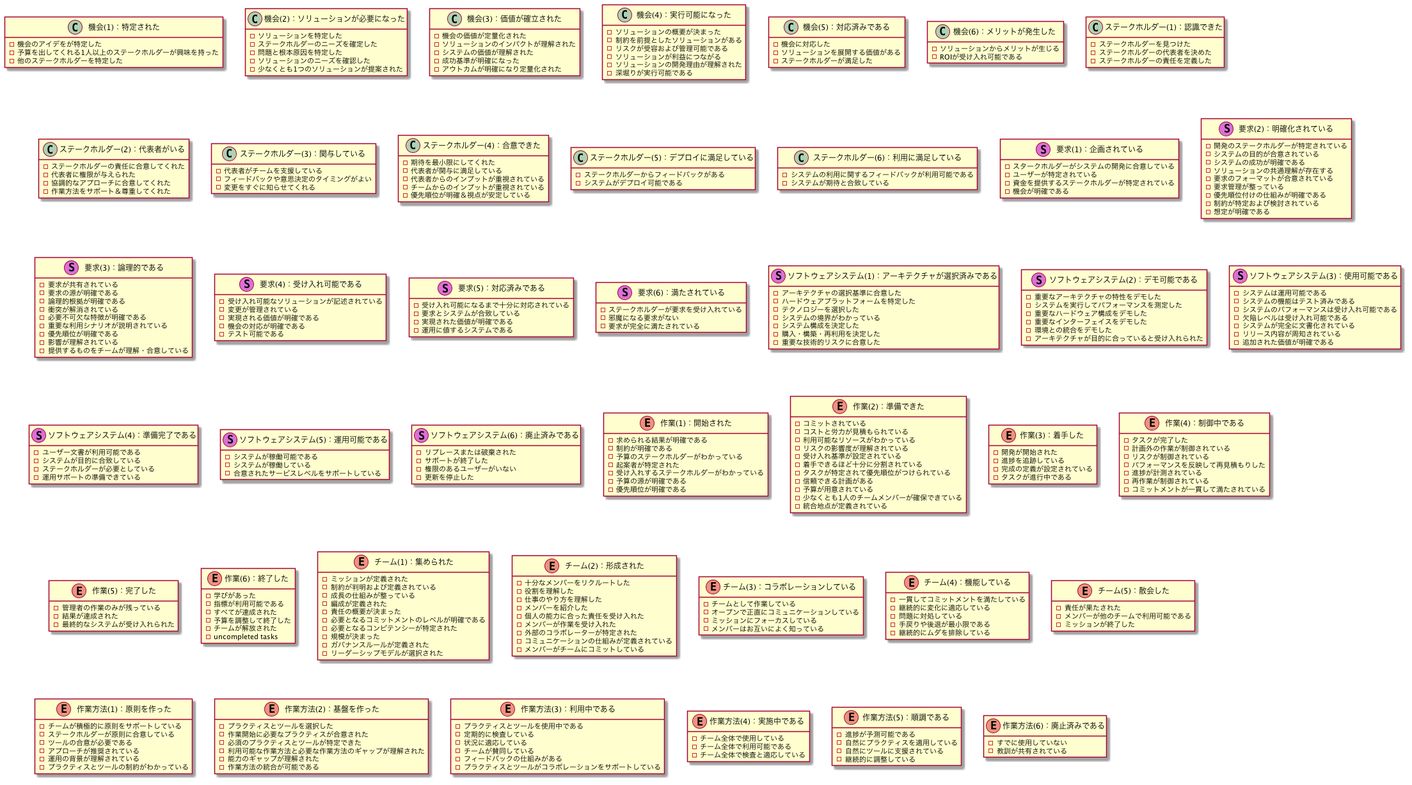
kdmsnr/essence-alpha-state-cards-ja keeps this PlantUML diagram as cards.png. Above is the earlier version.
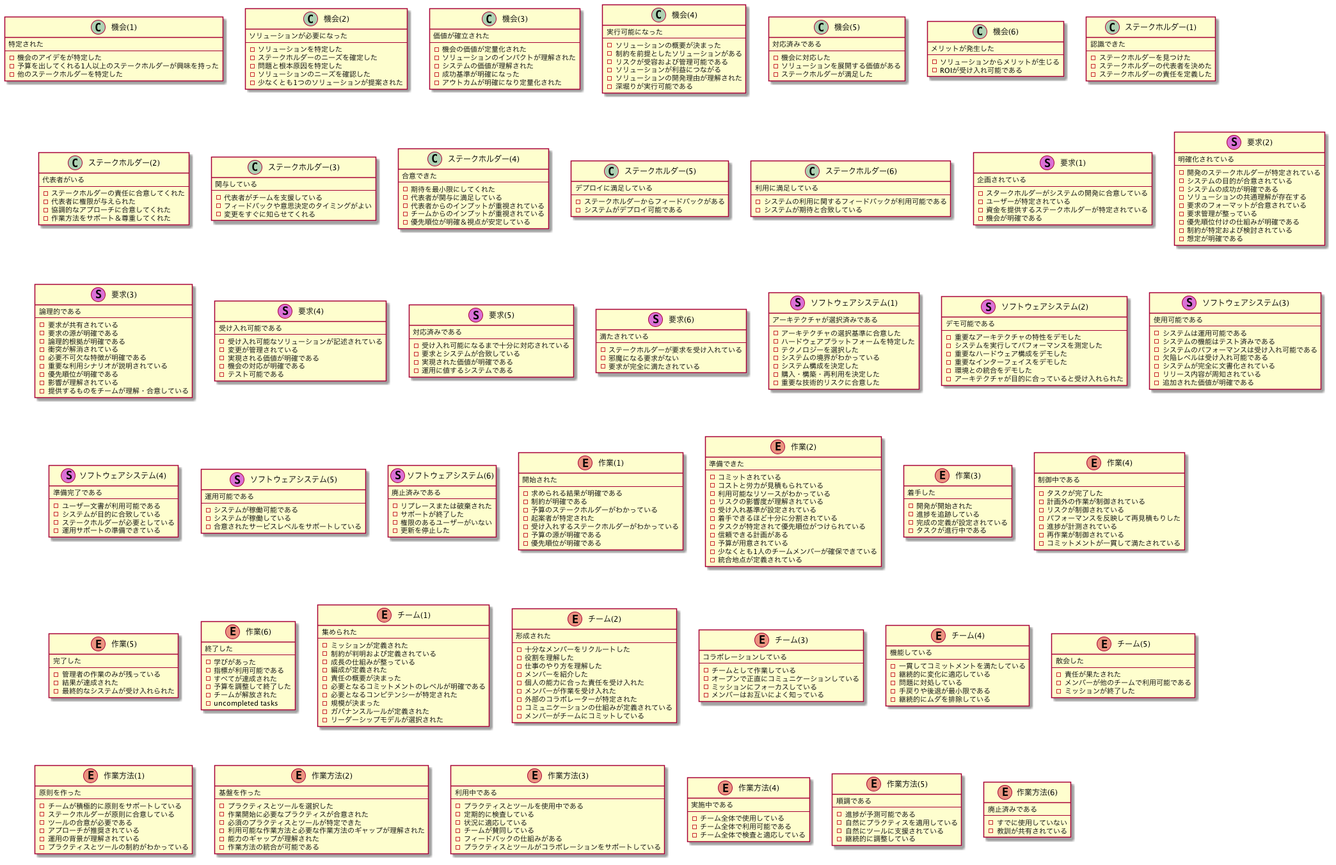
Later version of the same file.

What changed in the source:
```diff
@@ -1,24 +1,32 @@
 @startuml
-class 機会(1)：特定された  {
+class 機会(1)  {
+特定された
+--
   -機会のアイデをが特定した
   -予算を出してくれる1人以上のステークホルダーが興味を持った
   -他のステークホルダーを特定した
 }
-class 機会(2)：ソリューションが必要になった  {
+class 機会(2)  {
+ソリューションが必要になった
+--
   -ソリューションを特定した
   -ステークホルダーのニーズを確定した
   -問題と根本原因を特定した
   -ソリューションのニーズを確認した
   -少なくとも1つのソリューションが提案された
 }
-class 機会(3)：価値が確立された  {
+class 機会(3)  {
+価値が確立された
+--
   -機会の価値が定量化された
   -ソリューションのインパクトが理解された
   -システムの価値が理解された
   -成功基準が明確になった
   -アウトカムが明確になり定量化された
 }
-class 機会(4)：実行可能になった  {
+class 機会(4)  {
+実行可能になった
+--
   -ソリューションの概要が決まった
   -制約を前提としたソリューションがある
   -リスクが受容および管理可能である
@@ -26,53 +34,73 @@
   -ソリューションの開発理由が理解された
   -深堀りが実行可能である
 }
-class 機会(5)：対応済みである  {
+class 機会(5)  {
+対応済みである
+--
   -機会に対応した
   -ソリューションを展開する価値がある
   -ステークホルダーが満足した
 }
-class 機会(6)：メリットが発生した  {
+class 機会(6)  {
+メリットが発生した
+--
   -ソリューションからメリットが生じる
   -ROIが受け入れ可能である
 }
-class ステークホルダー(1)：認識できた  {
+class ステークホルダー(1)  {
+認識できた
+--
   -ステークホルダーを見つけた
   -ステークホルダーの代表者を決めた
   -ステークホルダーの責任を定義した
 }
-class ステークホルダー(2)：代表者がいる  {
+class ステークホルダー(2)  {
+代表者がいる
+--
   -ステークホルダーの責任に合意してくれた
   -代表者に権限が与えられた
   -協調的なアプローチに合意してくれた
   -作業方法をサポート＆尊重してくれた
 }
-class ステークホルダー(3)：関与している  {
+class ステークホルダー(3)  {
+関与している
+--
   -代表者がチームを支援している
   -フィードバックや意思決定のタイミングがよい
   -変更をすぐに知らせてくれる
 }
-class ステークホルダー(4)：合意できた  {
+class ステークホルダー(4)  {
+合意できた
+--
   -期待を最小限にしてくれた
   -代表者が関与に満足している
   -代表者からのインプットが重視されている
   -チームからのインプットが重視されている
   -優先順位が明確＆視点が安定している
 }
-class ステークホルダー(5)：デプロイに満足している  {
+class ステークホルダー(5)  {
+デプロイに満足している
+--
   -ステークホルダーからフィードバックがある
   -システムがデプロイ可能である
 }
-class ステークホルダー(6)：利用に満足している  {
+class ステークホルダー(6)  {
+利用に満足している
+--
   -システムの利用に関するフィードバックが利用可能である
   -システムが期待と合致している
 }
-class 要求(1)：企画されている << (S,orchid) >> {
+class 要求(1) << (S,orchid) >> {
+企画されている
+--
   -スタークホルダーがシステムの開発に合意している
   -ユーザーが特定されている
   -資金を提供するステークホルダーが特定されている
   -機会が明確である
 }
-class 要求(2)：明確化されている << (S,orchid) >> {
+class 要求(2) << (S,orchid) >> {
+明確化されている
+--
   -開発のステークホルダーが特定されている
   -システムの目的が合意されている
   -システムの成功が明確である
@@ -83,7 +111,9 @@
   -制約が特定および検討されている
   -想定が明確である
 }
-class 要求(3)：論理的である << (S,orchid) >> {
+class 要求(3) << (S,orchid) >> {
+論理的である
+--
   -要求が共有されている
   -要求の源が明確である
   -論理的根拠が明確である
@@ -94,25 +124,33 @@
   -影響が理解されている
   -提供するものをチームが理解・合意している
 }
-class 要求(4)：受け入れ可能である << (S,orchid) >> {
+class 要求(4) << (S,orchid) >> {
+受け入れ可能である
+--
   -受け入れ可能なソリューションが記述されている
   -変更が管理されている
   -実現される価値が明確である
   -機会の対応が明確である
   -テスト可能である
 }
-class 要求(5)：対応済みである << (S,orchid) >> {
+class 要求(5) << (S,orchid) >> {
+対応済みである
+--
   -受け入れ可能になるまで十分に対応されている
   -要求とシステムが合致している
   -実現された価値が明確である
   -運用に値するシステムである
 }
-class 要求(6)：満たされている << (S,orchid) >> {
+class 要求(6) << (S,orchid) >> {
+満たされている
+--
   -ステークホルダーが要求を受け入れている
   -邪魔になる要求がない
   -要求が完全に満たされている
 }
-class ソフトウェアシステム(1)：アーキテクチャが選択済みである << (S,orchid) >> {
+class ソフトウェアシステム(1) << (S,orchid) >> {
+アーキテクチャが選択済みである
+--
   -アーキテクチャの選択基準に合意した
   -ハードウェアプラットフォームを特定した
   -テクノロジーを選択した
@@ -121,7 +159,9 @@
   -購入・構築・再利用を決定した
   -重要な技術的リスクに合意した
 }
-class ソフトウェアシステム(2)：デモ可能である << (S,orchid) >> {
+class ソフトウェアシステム(2) << (S,orchid) >> {
+デモ可能である
+--
   -重要なアーキテクチャの特性をデモした
   -システムを実行してパフォーマンスを測定した
   -重要なハードウェア構成をデモした
@@ -129,7 +169,9 @@
   -環境との統合をデモした
   -アーキテクチャが目的に合っていると受け入れられた
 }
-class ソフトウェアシステム(3)：使用可能である << (S,orchid) >> {
+class ソフトウェアシステム(3) << (S,orchid) >> {
+使用可能である
+--
   -システムは運用可能である
   -システムの機能はテスト済みである
   -システムのパフォーマンスは受け入れ可能である
@@ -138,24 +180,32 @@
   -リリース内容が周知されている
   -追加された価値が明確である
 }
-class ソフトウェアシステム(4)：準備完了である << (S,orchid) >> {
+class ソフトウェアシステム(4) << (S,orchid) >> {
+準備完了である
+--
   -ユーザー文書が利用可能である
   -システムが目的に合致している
   -ステークホルダーが必要としている
   -運用サポートの準備できている
 }
-class ソフトウェアシステム(5)：運用可能である << (S,orchid) >> {
+class ソフトウェアシステム(5) << (S,orchid) >> {
+運用可能である
+--
   -システムが稼働可能である
   -システムが稼働している
   -合意されたサービスレベルをサポートしている
 }
-class ソフトウェアシステム(6)：廃止済みである << (S,orchid) >> {
+class ソフトウェアシステム(6) << (S,orchid) >> {
+廃止済みである
+--
   -リプレースまたは破棄された
   -サポートが終了した
   -権限のあるユーザーがいない
   -更新を停止した
 }
-enum 作業(1)：開始された  {
+enum 作業(1)  {
+開始された
+--
   -求められる結果が明確である
   -制約が明確である
   -予算のステークホルダーがわかっている
@@ -164,7 +214,9 @@
   -予算の源が明確である
   -優先順位が明確である
 }
-enum 作業(2)：準備できた  {
+enum 作業(2)  {
+準備できた
+--
   -コミットされている
   -コストと労力が見積もられている
   -利用可能なリソースがわかっている
@@ -177,13 +229,17 @@
   -少なくとも1人のチームメンバーが確保できている
   -統合地点が定義されている
 }
-enum 作業(3)：着手した  {
+enum 作業(3)  {
+着手した
+--
   -開発が開始された
   -進捗を追跡している
   -完成の定義が設定されている
   -タスクが進行中である
 }
-enum 作業(4)：制御中である  {
+enum 作業(4)  {
+制御中である
+--
   -タスクが完了した
   -計画外の作業が制御されている
   -リスクが制御されている
@@ -192,12 +248,16 @@
   -再作業が制御されている
   -コミットメントが一貫して満たされている
 }
-enum 作業(5)：完了した  {
+enum 作業(5)  {
+完了した
+--
   -管理者の作業のみが残っている
   -結果が達成された
   -最終的なシステムが受け入れられた
 }
-enum 作業(6)：終了した  {
+enum 作業(6)  {
+終了した
+--
   -学びがあった
   -指標が利用可能である
   -すべてが達成された
@@ -205,7 +265,9 @@
   -チームが解放された
   - uncompleted tasks
 }
-enum チーム(1)：集められた  {
+enum チーム(1)  {
+集められた
+--
   -ミッションが定義された
   -制約が判明および定義されている
   -成長の仕組みが整っている
@@ -217,7 +279,9 @@
   -ガバナンスルールが定義された
   -リーダーシップモデルが選択された
 }
-enum チーム(2)：形成された  {
+enum チーム(2)  {
+形成された
+--
   -十分なメンバーをリクルートした
   -役割を理解した
   -仕事のやり方を理解した
@@ -228,25 +292,33 @@
   -コミュニケーションの仕組みが定義されている
   -メンバーがチームにコミットしている
 }
-enum チーム(3)：コラボレーションしている  {
+enum チーム(3)  {
+コラボレーションしている
+--
   -チームとして作業している
   -オープンで正直にコミュニケーションしている
   -ミッションにフォーカスしている
   -メンバーはお互いによく知っている
 }
-enum チーム(4)：機能している  {
+enum チーム(4)  {
+機能している
+--
   -一貫してコミットメントを満たしている
   -継続的に変化に適応している
   -問題に対処している
   -手戻りや後退が最小限である
   -継続的にムダを排除している
 }
-enum チーム(5)：散会した  {
+enum チーム(5)  {
+散会した
+--
   -責任が果たされた
   -メンバーが他のチームで利用可能である
   -ミッションが終了した
 }
-enum 作業方法(1)：原則を作った  {
+enum 作業方法(1)  {
+原則を作った
+--
   -チームが積極的に原則をサポートしている
   -ステークホルダーが原則に合意している
   -ツールの合意が必要である
@@ -254,7 +326,9 @@
   -運用の背景が理解されている
   -プラクティスとツールの制約がわかっている
 }
-enum 作業方法(2)：基盤を作った  {
+enum 作業方法(2)  {
+基盤を作った
+--
   -プラクティスとツールを選択した
   -作業開始に必要なプラクティスが合意された
   -必須のプラクティスとツールが特定できた
@@ -262,7 +336,9 @@
   -能力のギャップが理解された
   -作業方法の統合が可能である
 }
-enum 作業方法(3)：利用中である  {
+enum 作業方法(3)  {
+利用中である
+--
   -プラクティスとツールを使用中である
   -定期的に検査している
   -状況に適応している
@@ -270,18 +346,24 @@
   -フィードバックの仕組みがある
   -プラクティスとツールがコラボレーションをサポートしている
 }
-enum 作業方法(4)：実施中である  {
+enum 作業方法(4)  {
+実施中である
+--
   -チーム全体で使用している
   -チーム全体で利用可能である
   -チーム全体で検査と適応している
 }
-enum 作業方法(5)：順調である  {
+enum 作業方法(5)  {
+順調である
+--
   -進捗が予測可能である
   -自然にプラクティスを適用している
   -自然にツールに支援されている
   -継続的に調整している
 }
-enum 作業方法(6)：廃止済みである  {
+enum 作業方法(6)  {
+廃止済みである
+--
   -すでに使用していない
   -教訓が共有されている
 }
```
